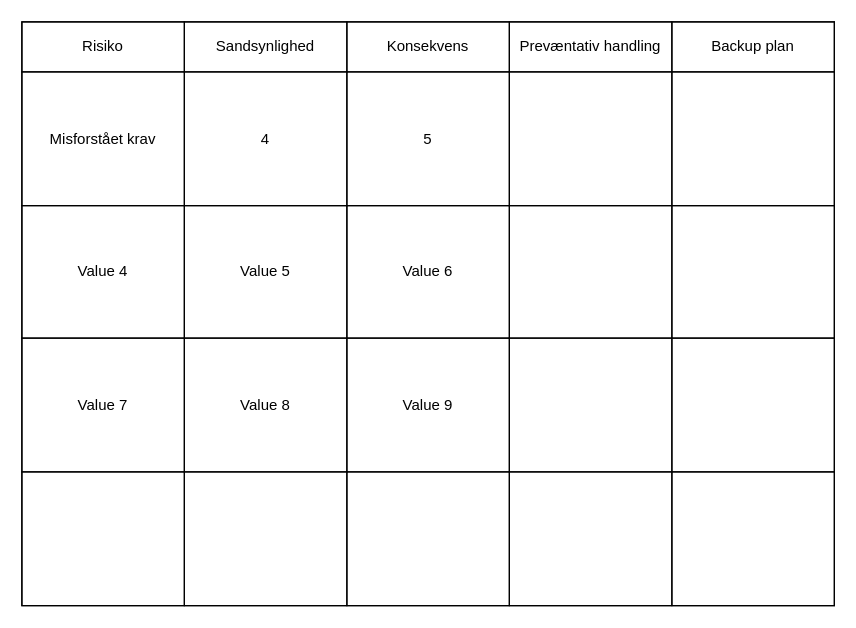
The draw.io diagram RisikoAnalyse.drawio in ExTile-crypto/Carport-Cez, before the edit. Source tidied: cells renumbered, new cells numbered last; positions are measured from the earlier drawing's top-left corner, leaving out a move shared by most shapes. Both pictures are drawn from the tidied source at 125%, with x=0, y=0 at pixel (21, 21).
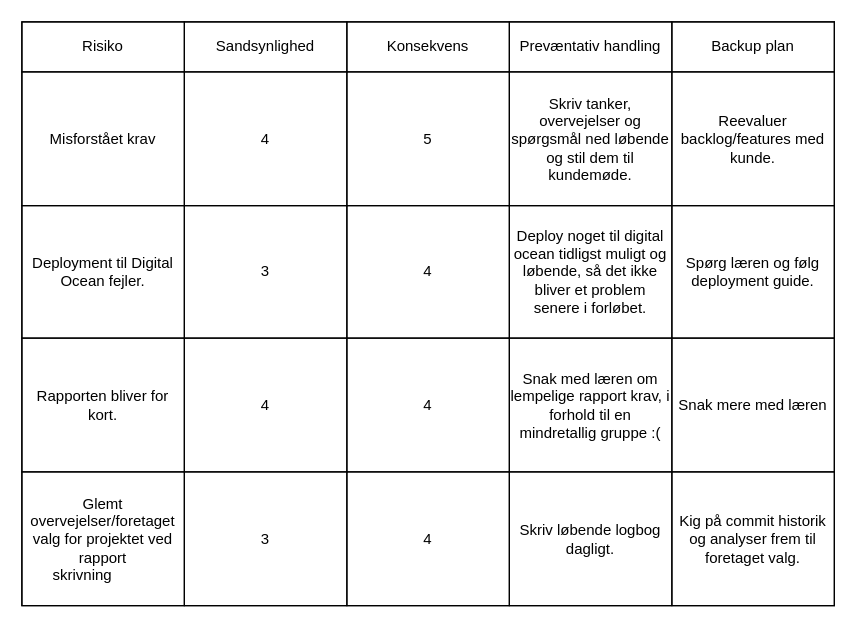
The same diagram, later.

The change refers to these unchanged cells:
```xml
<mxCell id="9" style="shape=tableRow;horizontal=0;startSize=0;swimlaneHead=0;swimlaneBody=0;top=0;left=0;bottom=0;right=0;fontStyle=0;fillColor=none;strokeColor=inherit;" parent="2" vertex="1">
  <mxGeometry y="40" width="650" height="107" as="geometry" />
</mxCell>
<mxCell id="15" style="shape=tableRow;horizontal=0;startSize=0;swimlaneHead=0;swimlaneBody=0;top=0;left=0;bottom=0;right=0;fontStyle=0;fillColor=none;strokeColor=inherit;" parent="2" vertex="1">
  <mxGeometry y="147" width="650" height="106" as="geometry" />
</mxCell>
<mxCell id="21" style="shape=tableRow;horizontal=0;startSize=0;swimlaneHead=0;swimlaneBody=0;top=0;left=0;bottom=0;right=0;fontStyle=0;fillColor=none;strokeColor=inherit;" parent="2" vertex="1">
  <mxGeometry y="253" width="650" height="107" as="geometry" />
</mxCell>
<mxCell id="27" style="shape=tableRow;horizontal=0;startSize=0;swimlaneHead=0;swimlaneBody=0;top=0;left=0;bottom=0;right=0;fontStyle=0;fillColor=none;strokeColor=inherit;" parent="2" vertex="1">
  <mxGeometry y="360" width="650" height="107" as="geometry" />
</mxCell>
```

Change to the diagram source:
```diff
@@
-    <mxCell id="13" style="strokeColor=inherit;fillColor=none;align=center;whiteSpace=wrap;html=1;" parent="9" vertex="1">
+    <mxCell id="13" value="Skriv tanker, overvejelser og spørgsmål ned løbende og stil dem til kundemøde." style="strokeColor=inherit;fillColor=none;align=center;whiteSpace=wrap;html=1;" parent="9" vertex="1">
       <mxGeometry x="390" width="130" height="107" as="geometry" />
     </mxCell>
-    <mxCell id="14" style="strokeColor=inherit;fillColor=none;align=center;whiteSpace=wrap;html=1;" parent="9" vertex="1">
+    <mxCell id="14" value="Reevaluer backlog/features med kunde." style="strokeColor=inherit;fillColor=none;align=center;whiteSpace=wrap;html=1;" parent="9" vertex="1">
       <mxGeometry x="520" width="130" height="107" as="geometry" />
     </mxCell>
@@
-    <mxCell id="16" value="Value 4" style="strokeColor=inherit;fillColor=none;align=center;whiteSpace=wrap;html=1;" parent="15" vertex="1">
+    <mxCell id="16" value="Deployment til Digital Ocean fejler." style="strokeColor=inherit;fillColor=none;align=center;whiteSpace=wrap;html=1;" parent="15" vertex="1">
       <mxGeometry width="130" height="106" as="geometry" />
     </mxCell>
-    <mxCell id="17" value="Value 5" style="strokeColor=inherit;fillColor=none;align=center;whiteSpace=wrap;html=1;" parent="15" vertex="1">
+    <mxCell id="17" value="3" style="strokeColor=inherit;fillColor=none;align=center;whiteSpace=wrap;html=1;" parent="15" vertex="1">
       <mxGeometry x="130" width="130" height="106" as="geometry" />
     </mxCell>
-    <mxCell id="18" value="Value 6" style="strokeColor=inherit;fillColor=none;align=center;whiteSpace=wrap;html=1;" parent="15" vertex="1">
+    <mxCell id="18" value="4" style="strokeColor=inherit;fillColor=none;align=center;whiteSpace=wrap;html=1;" parent="15" vertex="1">
       <mxGeometry x="260" width="130" height="106" as="geometry" />
     </mxCell>
-    <mxCell id="19" style="strokeColor=inherit;fillColor=none;align=center;whiteSpace=wrap;html=1;" parent="15" vertex="1">
+    <mxCell id="19" value="Deploy noget til digital ocean tidligst muligt og løbende, så det ikke bliver et problem senere i forløbet." style="strokeColor=inherit;fillColor=none;align=center;whiteSpace=wrap;html=1;" parent="15" vertex="1">
       <mxGeometry x="390" width="130" height="106" as="geometry" />
     </mxCell>
-    <mxCell id="20" style="strokeColor=inherit;fillColor=none;align=center;whiteSpace=wrap;html=1;" parent="15" vertex="1">
+    <mxCell id="20" value="Spørg læren og følg deployment guide." style="strokeColor=inherit;fillColor=none;align=center;whiteSpace=wrap;html=1;" parent="15" vertex="1">
       <mxGeometry x="520" width="130" height="106" as="geometry" />
     </mxCell>
@@
-    <mxCell id="22" value="Value 7" style="strokeColor=inherit;fillColor=none;align=center;whiteSpace=wrap;html=1;" parent="21" vertex="1">
+    <mxCell id="22" value="Rapporten bliver for kort." style="strokeColor=inherit;fillColor=none;align=center;whiteSpace=wrap;html=1;" parent="21" vertex="1">
       <mxGeometry width="130" height="107" as="geometry" />
     </mxCell>
-    <mxCell id="23" value="Value 8" style="strokeColor=inherit;fillColor=none;align=center;whiteSpace=wrap;html=1;" parent="21" vertex="1">
+    <mxCell id="23" value="4" style="strokeColor=inherit;fillColor=none;align=center;whiteSpace=wrap;html=1;" parent="21" vertex="1">
       <mxGeometry x="130" width="130" height="107" as="geometry" />
     </mxCell>
-    <mxCell id="24" value="Value 9" style="strokeColor=inherit;fillColor=none;align=center;whiteSpace=wrap;html=1;" parent="21" vertex="1">
+    <mxCell id="24" value="4" style="strokeColor=inherit;fillColor=none;align=center;whiteSpace=wrap;html=1;" parent="21" vertex="1">
       <mxGeometry x="260" width="130" height="107" as="geometry" />
     </mxCell>
-    <mxCell id="25" style="strokeColor=inherit;fillColor=none;align=center;whiteSpace=wrap;html=1;" parent="21" vertex="1">
+    <mxCell id="25" value="Snak med læren om lempelige rapport krav, i forhold til en mindretallig gruppe :(" style="strokeColor=inherit;fillColor=none;align=center;whiteSpace=wrap;html=1;" parent="21" vertex="1">
       <mxGeometry x="390" width="130" height="107" as="geometry" />
     </mxCell>
-    <mxCell id="26" style="strokeColor=inherit;fillColor=none;align=center;whiteSpace=wrap;html=1;" parent="21" vertex="1">
+    <mxCell id="26" value="Snak mere med læren" style="strokeColor=inherit;fillColor=none;align=center;whiteSpace=wrap;html=1;" parent="21" vertex="1">
       <mxGeometry x="520" width="130" height="107" as="geometry" />
     </mxCell>
@@
-    <mxCell id="28" style="strokeColor=inherit;fillColor=none;align=center;whiteSpace=wrap;html=1;" parent="27" vertex="1">
+    <mxCell id="28" value="Glemt overvejelser/foretaget valg for projektet ved rapport skrivning&lt;span style=&quot;white-space: pre;&quot;&gt;&#9;&lt;/span&gt;&lt;span style=&quot;white-space: pre;&quot;&gt;&#9;&lt;/span&gt;" style="strokeColor=inherit;fillColor=none;align=center;whiteSpace=wrap;html=1;" parent="27" vertex="1">
       <mxGeometry width="130" height="107" as="geometry" />
     </mxCell>
-    <mxCell id="29" style="strokeColor=inherit;fillColor=none;align=center;whiteSpace=wrap;html=1;" parent="27" vertex="1">
+    <mxCell id="29" value="3" style="strokeColor=inherit;fillColor=none;align=center;whiteSpace=wrap;html=1;" parent="27" vertex="1">
       <mxGeometry x="130" width="130" height="107" as="geometry" />
     </mxCell>
-    <mxCell id="30" style="strokeColor=inherit;fillColor=none;align=center;whiteSpace=wrap;html=1;" parent="27" vertex="1">
+    <mxCell id="30" value="4" style="strokeColor=inherit;fillColor=none;align=center;whiteSpace=wrap;html=1;" parent="27" vertex="1">
       <mxGeometry x="260" width="130" height="107" as="geometry" />
     </mxCell>
-    <mxCell id="31" style="strokeColor=inherit;fillColor=none;align=center;whiteSpace=wrap;html=1;" parent="27" vertex="1">
+    <mxCell id="31" value="Skriv løbende logbog dagligt." style="strokeColor=inherit;fillColor=none;align=center;whiteSpace=wrap;html=1;" parent="27" vertex="1">
       <mxGeometry x="390" width="130" height="107" as="geometry" />
     </mxCell>
-    <mxCell id="32" style="strokeColor=inherit;fillColor=none;align=center;whiteSpace=wrap;html=1;" parent="27" vertex="1">
+    <mxCell id="32" value="Kig på commit historik og analyser frem til foretaget valg." style="strokeColor=inherit;fillColor=none;align=center;whiteSpace=wrap;html=1;" parent="27" vertex="1">
       <mxGeometry x="520" width="130" height="107" as="geometry" />
     </mxCell>
```
